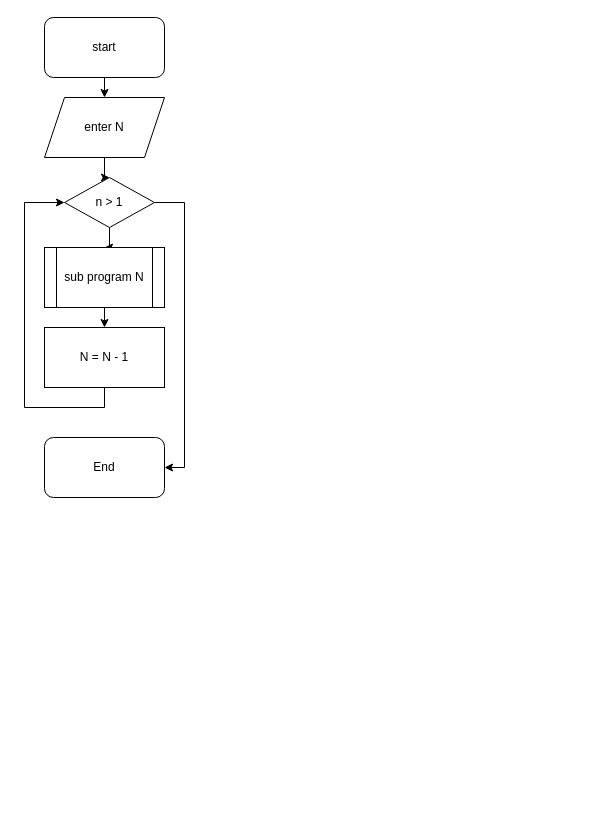
The draw.io diagram simpleNumber/simple.drawio in Emeljanov/algorithms, before the edit. Source tidied: cells renumbered, new cells numbered last; positions are measured from the earlier drawing's top-left corner, leaving out a move shared by most shapes. Both pictures are drawn from the tidied source at 100%, with x=0, y=0 at pixel (24, 17).
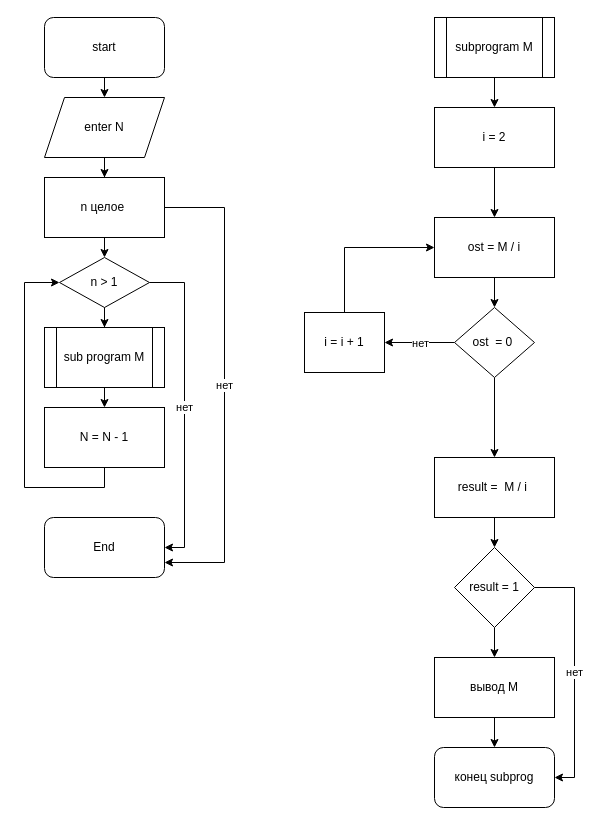
Above is the later version.

The change refers to these unchanged cells:
```xml
<mxCell id="5" value="enter N&lt;br&gt;" style="shape=parallelogram;perimeter=parallelogramPerimeter;whiteSpace=wrap;html=1;fixedSize=1;" parent="1" vertex="1">
  <mxGeometry x="20" y="80" width="120" height="60" as="geometry" />
</mxCell>
```

Diff of the diagram source:
```diff
@@
-    <mxCell id="4" style="edgeStyle=orthogonalEdgeStyle;rounded=0;jettySize=auto;html=1;" parent="1" edge="1" source="5" target="8">
-      <mxGeometry relative="1" as="geometry" />
-    </mxCell>
+    <mxCell id="14" style="edgeStyle=orthogonalEdgeStyle;rounded=0;jettySize=auto;html=1;exitX=0.5;exitY=1;exitDx=0;exitDy=0;" parent="1" edge="1" source="5" target="19">
+      <mxGeometry relative="1" as="geometry" />
+    </mxCell>
@@
-    <mxCell id="7" style="edgeStyle=orthogonalEdgeStyle;rounded=0;jettySize=auto;html=1;entryX=1;entryY=0.5;entryDx=0;entryDy=0;" parent="1" edge="1" source="8" target="13">
+    <mxCell id="7" value="нет" style="edgeStyle=orthogonalEdgeStyle;rounded=0;jettySize=auto;html=1;entryX=1;entryY=0.5;entryDx=0;entryDy=0;" parent="1" edge="1" source="8" target="13">
       <mxGeometry relative="1" as="geometry">
         <Array as="points">
-          <mxPoint x="160" y="185" />
-          <mxPoint x="160" y="450" />
+          <mxPoint x="160" y="265" />
+          <mxPoint x="160" y="530" />
         </Array>
       </mxGeometry>
     </mxCell>
     <mxCell id="8" value="n &amp;gt; 1" style="rhombus;whiteSpace=wrap;html=1;" parent="1" vertex="1">
-      <mxGeometry x="40" y="160" width="90" height="50" as="geometry" />
+      <mxGeometry x="35" y="240" width="90" height="50" as="geometry" />
     </mxCell>
@@
-    <mxCell id="10" value="sub program N&lt;br&gt;" style="shape=process;whiteSpace=wrap;html=1;backgroundOutline=1;" parent="1" vertex="1">
-      <mxGeometry x="20" y="230" width="120" height="60" as="geometry" />
+    <mxCell id="10" value="sub program M" style="shape=process;whiteSpace=wrap;html=1;backgroundOutline=1;" parent="1" vertex="1">
+      <mxGeometry x="20" y="310" width="120" height="60" as="geometry" />
     </mxCell>
     <mxCell id="11" style="edgeStyle=orthogonalEdgeStyle;rounded=0;jettySize=auto;html=1;exitX=0.5;exitY=1;exitDx=0;exitDy=0;entryX=0;entryY=0.5;entryDx=0;entryDy=0;" parent="1" edge="1" source="12" target="8">
       <mxGeometry relative="1" as="geometry">
         <Array as="points">
-          <mxPoint x="80" y="390" />
-          <mxPoint y="390" />
-          <mxPoint y="185" />
+          <mxPoint x="80" y="470" />
+          <mxPoint y="470" />
+          <mxPoint y="265" />
         </Array>
       </mxGeometry>
     </mxCell>
     <mxCell id="12" value="N = N - 1" style="rounded=0;whiteSpace=wrap;html=1;" parent="1" vertex="1">
-      <mxGeometry x="20" y="310" width="120" height="60" as="geometry" />
+      <mxGeometry x="20" y="390" width="120" height="60" as="geometry" />
     </mxCell>
     <mxCell id="13" value="End" style="rounded=1;whiteSpace=wrap;html=1;" parent="1" vertex="1">
-      <mxGeometry x="20" y="420" width="120" height="60" as="geometry" />
+      <mxGeometry x="20" y="500" width="120" height="60" as="geometry" />
     </mxCell>
+    <mxCell id="15" style="edgeStyle=orthogonalEdgeStyle;rounded=0;jettySize=auto;html=1;exitX=0.5;exitY=1;exitDx=0;exitDy=0;entryX=0.5;entryY=0;entryDx=0;entryDy=0;" parent="1" edge="1" source="16" target="21">
+      <mxGeometry relative="1" as="geometry" />
+    </mxCell>
+    <mxCell id="16" value="subprogram M" style="shape=process;whiteSpace=wrap;html=1;backgroundOutline=1;" parent="1" vertex="1">
+      <mxGeometry x="410" width="120" height="60" as="geometry" />
+    </mxCell>
+    <mxCell id="17" style="edgeStyle=orthogonalEdgeStyle;rounded=0;jettySize=auto;html=1;exitX=0.5;exitY=1;exitDx=0;exitDy=0;entryX=0.5;entryY=0;entryDx=0;entryDy=0;" parent="1" edge="1" source="19" target="8">
+      <mxGeometry relative="1" as="geometry" />
+    </mxCell>
+    <mxCell id="18" value="нет" style="edgeStyle=orthogonalEdgeStyle;rounded=0;jettySize=auto;html=1;exitX=1;exitY=0.5;exitDx=0;exitDy=0;entryX=1;entryY=0.75;entryDx=0;entryDy=0;" parent="1" edge="1" source="19" target="13">
+      <mxGeometry relative="1" as="geometry">
+        <Array as="points">
+          <mxPoint x="200" y="190" />
+          <mxPoint x="200" y="545" />
+        </Array>
+      </mxGeometry>
+    </mxCell>
+    <mxCell id="19" value="n целое&amp;nbsp;" style="rounded=0;whiteSpace=wrap;html=1;" parent="1" vertex="1">
+      <mxGeometry x="20" y="160" width="120" height="60" as="geometry" />
+    </mxCell>
+    <mxCell id="20" style="edgeStyle=orthogonalEdgeStyle;rounded=0;jettySize=auto;html=1;exitX=0.5;exitY=1;exitDx=0;exitDy=0;entryX=0.5;entryY=0;entryDx=0;entryDy=0;" parent="1" edge="1" source="21" target="31">
+      <mxGeometry relative="1" as="geometry" />
+    </mxCell>
+    <mxCell id="21" value="i = 2" style="rounded=0;whiteSpace=wrap;html=1;" parent="1" vertex="1">
+      <mxGeometry x="410" y="90" width="120" height="60" as="geometry" />
+    </mxCell>
+    <mxCell id="22" style="edgeStyle=orthogonalEdgeStyle;rounded=0;jettySize=auto;html=1;exitX=0.5;exitY=1;exitDx=0;exitDy=0;entryX=0.5;entryY=0;entryDx=0;entryDy=0;" parent="1" edge="1" source="23" target="26">
+      <mxGeometry relative="1" as="geometry" />
+    </mxCell>
+    <mxCell id="23" value="result =&amp;nbsp; M / i&amp;nbsp;" style="rounded=0;whiteSpace=wrap;html=1;" parent="1" vertex="1">
+      <mxGeometry x="410" y="440" width="120" height="60" as="geometry" />
+    </mxCell>
+    <mxCell id="24" style="edgeStyle=orthogonalEdgeStyle;rounded=0;jettySize=auto;html=1;exitX=0.5;exitY=1;exitDx=0;exitDy=0;entryX=0.5;entryY=0;entryDx=0;entryDy=0;" parent="1" edge="1" source="26" target="28">
+      <mxGeometry relative="1" as="geometry" />
+    </mxCell>
+    <mxCell id="25" value="нет" style="edgeStyle=orthogonalEdgeStyle;rounded=0;jettySize=auto;html=1;exitX=1;exitY=0.5;exitDx=0;exitDy=0;entryX=1;entryY=0.5;entryDx=0;entryDy=0;" parent="1" edge="1" source="26" target="29">
+      <mxGeometry relative="1" as="geometry" />
+    </mxCell>
+    <mxCell id="26" value="result = 1" style="rhombus;whiteSpace=wrap;html=1;" parent="1" vertex="1">
+      <mxGeometry x="430" y="530" width="80" height="80" as="geometry" />
+    </mxCell>
+    <mxCell id="27" style="edgeStyle=orthogonalEdgeStyle;rounded=0;jettySize=auto;html=1;exitX=0.5;exitY=1;exitDx=0;exitDy=0;entryX=0.5;entryY=0;entryDx=0;entryDy=0;" parent="1" edge="1" source="28" target="29">
+      <mxGeometry relative="1" as="geometry" />
+    </mxCell>
+    <mxCell id="28" value="вывод М" style="rounded=0;whiteSpace=wrap;html=1;" parent="1" vertex="1">
+      <mxGeometry x="410" y="640" width="120" height="60" as="geometry" />
+    </mxCell>
+    <mxCell id="29" value="конец subprog" style="rounded=1;whiteSpace=wrap;html=1;" parent="1" vertex="1">
+      <mxGeometry x="410" y="730" width="120" height="60" as="geometry" />
+    </mxCell>
+    <mxCell id="30" style="edgeStyle=orthogonalEdgeStyle;rounded=0;jettySize=auto;html=1;exitX=0.5;exitY=1;exitDx=0;exitDy=0;entryX=0.5;entryY=0;entryDx=0;entryDy=0;" parent="1" edge="1" source="31" target="34">
+      <mxGeometry relative="1" as="geometry" />
+    </mxCell>
+    <mxCell id="31" value="ost = M / i" style="rounded=0;whiteSpace=wrap;html=1;" parent="1" vertex="1">
+      <mxGeometry x="410" y="200" width="120" height="60" as="geometry" />
+    </mxCell>
+    <mxCell id="32" style="edgeStyle=orthogonalEdgeStyle;rounded=0;jettySize=auto;html=1;entryX=0.5;entryY=0;entryDx=0;entryDy=0;" parent="1" edge="1" source="34" target="23">
+      <mxGeometry relative="1" as="geometry" />
+    </mxCell>
+    <mxCell id="33" value="нет" style="edgeStyle=orthogonalEdgeStyle;rounded=0;jettySize=auto;html=1;" parent="1" edge="1" source="34">
+      <mxGeometry relative="1" as="geometry">
+        <mxPoint x="360" y="325" as="targetPoint" />
+      </mxGeometry>
+    </mxCell>
+    <mxCell id="34" value="ost&amp;nbsp; = 0&amp;nbsp;" style="rhombus;whiteSpace=wrap;html=1;" parent="1" vertex="1">
+      <mxGeometry x="430" y="290" width="80" height="70" as="geometry" />
+    </mxCell>
+    <mxCell id="35" style="edgeStyle=orthogonalEdgeStyle;rounded=0;jettySize=auto;html=1;entryX=0;entryY=0.5;entryDx=0;entryDy=0;" parent="1" edge="1" source="36" target="31">
+      <mxGeometry relative="1" as="geometry">
+        <Array as="points">
+          <mxPoint x="320" y="230" />
+        </Array>
+      </mxGeometry>
+    </mxCell>
+    <mxCell id="36" value="i = i + 1" style="rounded=0;whiteSpace=wrap;html=1;" parent="1" vertex="1">
+      <mxGeometry x="280" y="295" width="80" height="60" as="geometry" />
+    </mxCell>
```
